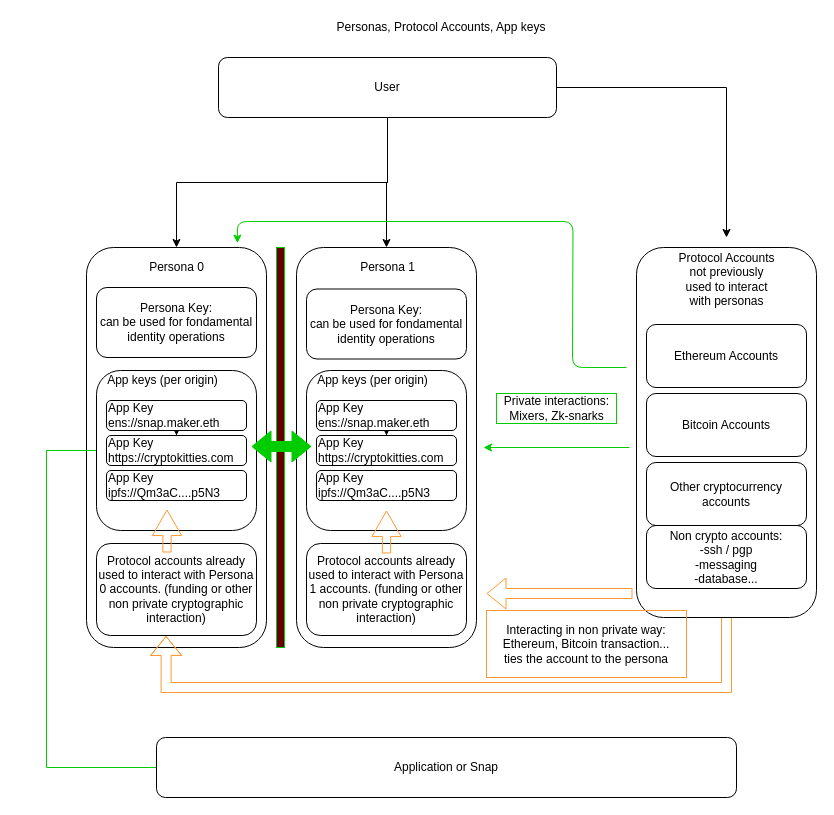
Earlier version of the draw.io diagram personas.drawio (Bunjin/metamask-research). Source tidied: cells renumbered, new cells numbered last; positions are measured from the earlier drawing's top-left corner, leaving out a move shared by most shapes. Both pictures are drawn from the tidied source at 100%, with x=0, y=0 at pixel (46, 17).
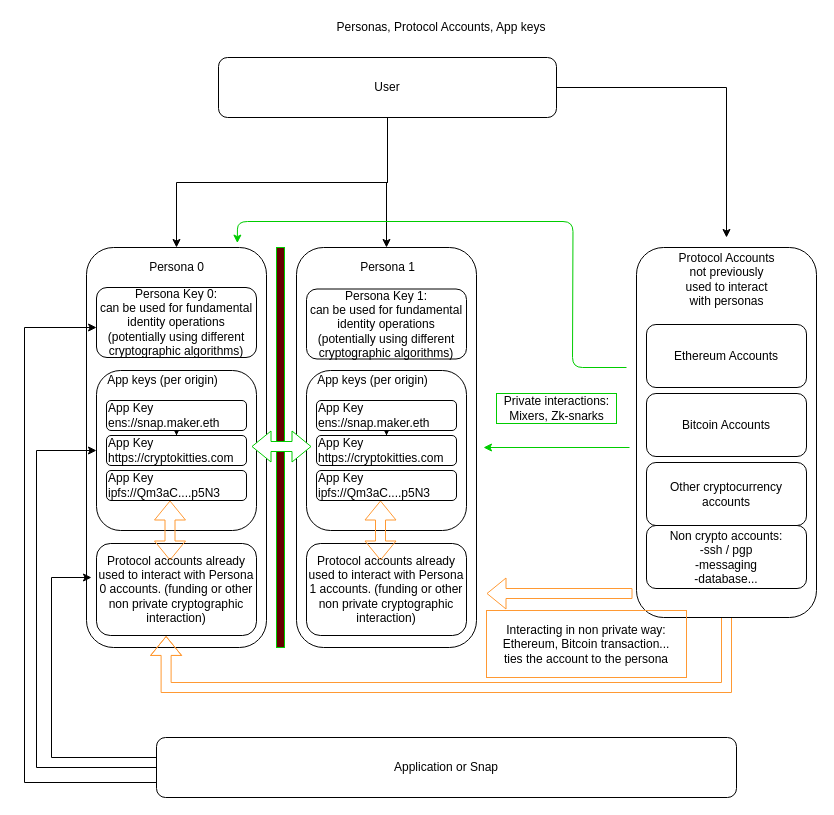
After the change.

The change refers to these unchanged cells:
```xml
<mxCell id="7" style="rounded=1;whiteSpace=wrap;html=1;align=left;" parent="1" vertex="1">
  <mxGeometry x="40" y="230" width="180" height="400" as="geometry" />
</mxCell>
<mxCell id="9" value="Application or Snap" style="rounded=1;whiteSpace=wrap;html=1;" parent="1" vertex="1">
  <mxGeometry x="110" y="720" width="580" height="60" as="geometry" />
</mxCell>
<mxCell id="14" value="&lt;div&gt;&lt;span&gt;App Key&lt;/span&gt;&lt;/div&gt;&lt;div&gt;&lt;span&gt;https://cryptokitties.com&lt;/span&gt;&lt;/div&gt;" style="rounded=1;whiteSpace=wrap;html=1;align=left;" parent="1" vertex="1">
  <mxGeometry x="60" y="418" width="140" height="30" as="geometry" />
</mxCell>
```

Change to the diagram source:
```diff
@@
-    <mxCell id="8" style="edgeStyle=orthogonalEdgeStyle;rounded=0;jettySize=auto;html=1;exitX=0;exitY=0.5;exitDx=0;exitDy=0;strokeColor=#00CC00;fillColor=#FF9933;entryX=0;entryY=0.5;entryDx=0;entryDy=0;" parent="1" edge="1" source="9" target="14">
+    <mxCell id="8" style="edgeStyle=orthogonalEdgeStyle;rounded=0;jettySize=auto;html=1;exitX=0;exitY=0.5;exitDx=0;exitDy=0;strokeColor=#000000;fillColor=#FF9933;" parent="1" edge="1" source="9">
       <mxGeometry relative="1" as="geometry">
+        <mxPoint x="50" y="433" as="targetPoint" />
         <Array as="points">
-          <mxPoint y="750" />
-          <mxPoint y="433" />
+          <mxPoint x="-10" y="750" />
+          <mxPoint x="-10" y="433" />
         </Array>
       </mxGeometry>
     </mxCell>
@@
-    <mxCell id="33" value="&lt;div&gt;Persona Key:&lt;/div&gt;&lt;div&gt;can be used for fondamental identity operations&lt;/div&gt;" style="rounded=1;whiteSpace=wrap;html=1;align=center;" parent="1" vertex="1">
+    <mxCell id="33" value="&lt;div&gt;Persona Key 0:&lt;/div&gt;&lt;div&gt;can be used for fundamental identity operations (potentially using different cryptographic algorithms)&lt;/div&gt;" style="rounded=1;whiteSpace=wrap;html=1;align=center;" parent="1" vertex="1">
       <mxGeometry x="50" y="270" width="160" height="70" as="geometry" />
     </mxCell>
-    <mxCell id="34" value="&lt;div&gt;Persona Key:&lt;/div&gt;&lt;div&gt;can be used for fondamental identity operations&lt;/div&gt;" style="rounded=1;whiteSpace=wrap;html=1;align=center;" parent="1" vertex="1">
+    <mxCell id="34" value="&lt;div&gt;Persona Key 1:&lt;/div&gt;&lt;div&gt;can be used for fundamental identity operations&lt;/div&gt;&lt;div&gt;(potentially using different cryptographic algorithms)&lt;br&gt;&lt;/div&gt;" style="rounded=1;whiteSpace=wrap;html=1;align=center;" parent="1" vertex="1">
       <mxGeometry x="260" y="271.5" width="160" height="70" as="geometry" />
     </mxCell>
@@
-    <mxCell id="42" style="endArrow=classic;html=1;strokeColor=#FF9933;shape=flexArrow;width=8.23529411764706;endSize=8.188235294117646;" parent="1" edge="1">
-      <mxGeometry relative="1" as="geometry">
-        <mxPoint x="340" y="536" as="sourcePoint" />
-        <mxPoint x="340" y="493" as="targetPoint" />
-      </mxGeometry>
-    </mxCell>
-    <mxCell id="43" style="endArrow=classic;html=1;strokeColor=#FF9933;shape=flexArrow;width=8.23529411764706;endSize=8.188235294117646;" parent="1" edge="1">
-      <mxGeometry relative="1" as="geometry">
-        <mxPoint x="120.5" y="535" as="sourcePoint" />
-        <mxPoint x="120.5" y="492" as="targetPoint" />
-      </mxGeometry>
-    </mxCell>
-    <mxCell id="44" style="shape=flexArrow;endArrow=classic;startArrow=classic;html=1;strokeColor=#00CC00;fillColor=#00CC00;" parent="1" edge="1">
+    <mxCell id="44" style="shape=flexArrow;endArrow=classic;startArrow=classic;html=1;strokeColor=#00CC00;fillColor=#FFFFFF;" parent="1" edge="1">
       <mxGeometry relative="1" as="geometry">
         <mxPoint x="205" y="429" as="sourcePoint" />
         <mxPoint x="265" y="429" as="targetPoint" />
       </mxGeometry>
     </mxCell>
+    <mxCell id="45" style="shape=flexArrow;endArrow=classic;startArrow=classic;html=1;strokeColor=#FF9933;" parent="1" edge="1">
+      <mxGeometry relative="1" as="geometry">
+        <mxPoint x="123.5" y="543" as="sourcePoint" />
+        <mxPoint x="123.5" y="483" as="targetPoint" />
+      </mxGeometry>
+    </mxCell>
+    <mxCell id="46" style="shape=flexArrow;endArrow=classic;startArrow=classic;html=1;strokeColor=#FF9933;" parent="1" edge="1">
+      <mxGeometry relative="1" as="geometry">
+        <mxPoint x="334" y="543" as="sourcePoint" />
+        <mxPoint x="334" y="483" as="targetPoint" />
+      </mxGeometry>
+    </mxCell>
+    <mxCell id="47" style="edgeStyle=orthogonalEdgeStyle;rounded=0;orthogonalLoop=1;jettySize=auto;html=1;strokeColor=#000000;fillColor=#FF9933;" parent="1" edge="1">
+      <mxGeometry relative="1" as="geometry">
+        <mxPoint x="110" y="740" as="sourcePoint" />
+        <mxPoint x="45" y="560" as="targetPoint" />
+        <Array as="points">
+          <mxPoint x="5" y="740" />
+          <mxPoint x="5" y="560" />
+        </Array>
+      </mxGeometry>
+    </mxCell>
+    <mxCell id="48" style="edgeStyle=orthogonalEdgeStyle;rounded=0;jettySize=auto;html=1;exitX=0;exitY=0.75;exitDx=0;exitDy=0;strokeColor=#000000;fillColor=#FF9933;entryX=0.056;entryY=0.2;entryDx=0;entryDy=0;entryPerimeter=0;" parent="1" edge="1" source="9" target="7">
+      <mxGeometry relative="1" as="geometry">
+        <Array as="points">
+          <mxPoint x="-22" y="765" />
+          <mxPoint x="-22" y="310" />
+        </Array>
+      </mxGeometry>
+    </mxCell>
```
